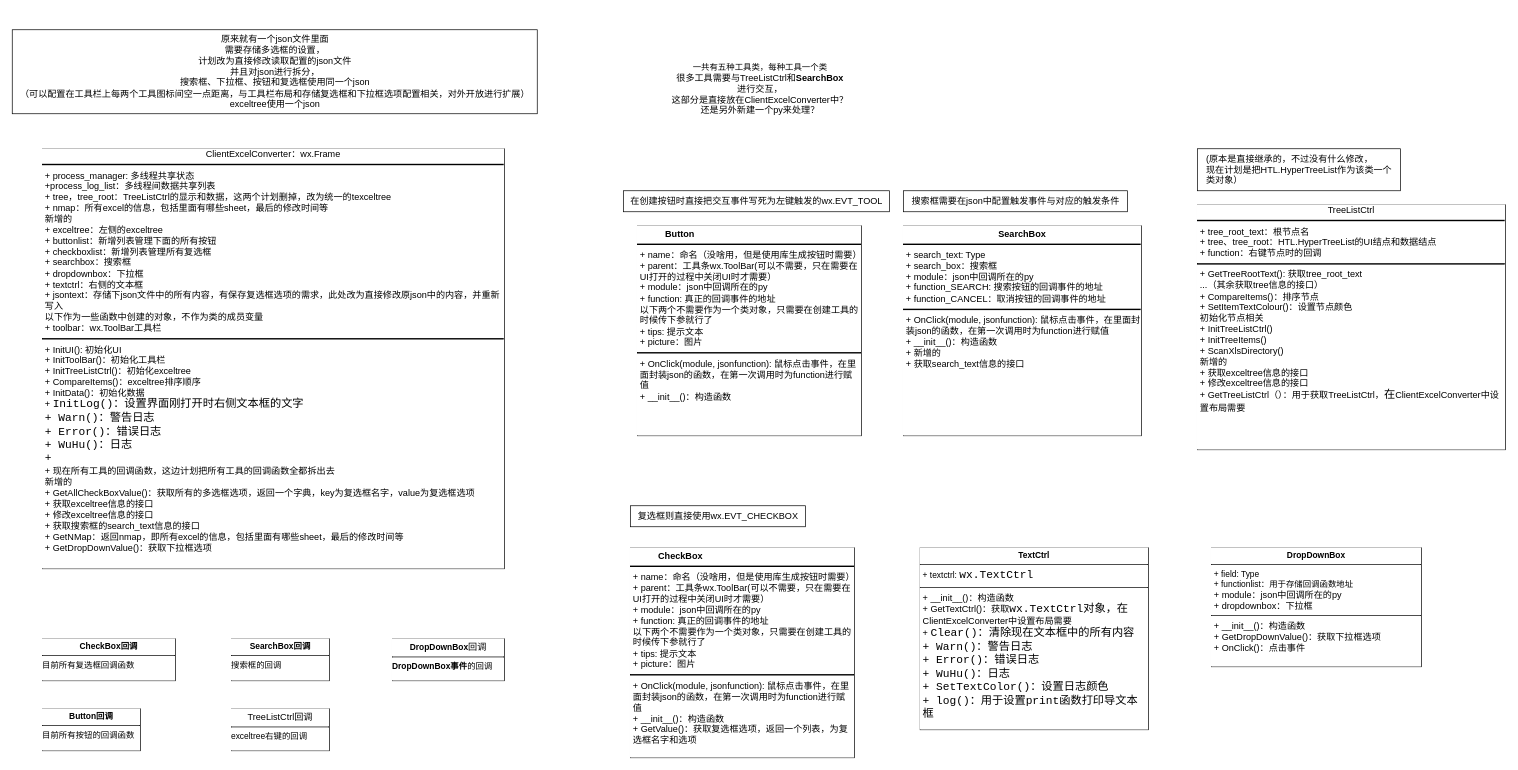
Earlier version of the draw.io diagram page "导表工具界面UIUML图" (8 of 10) of 导表工具.drawio (ling-shixi/meta). Source tidied: cells renumbered, new cells numbered last; positions are measured from the earlier drawing's top-left corner, leaving out a move shared by most shapes. Both pictures are drawn from the tidied source at 70%, with x=0, y=0 at pixel (12, 29).
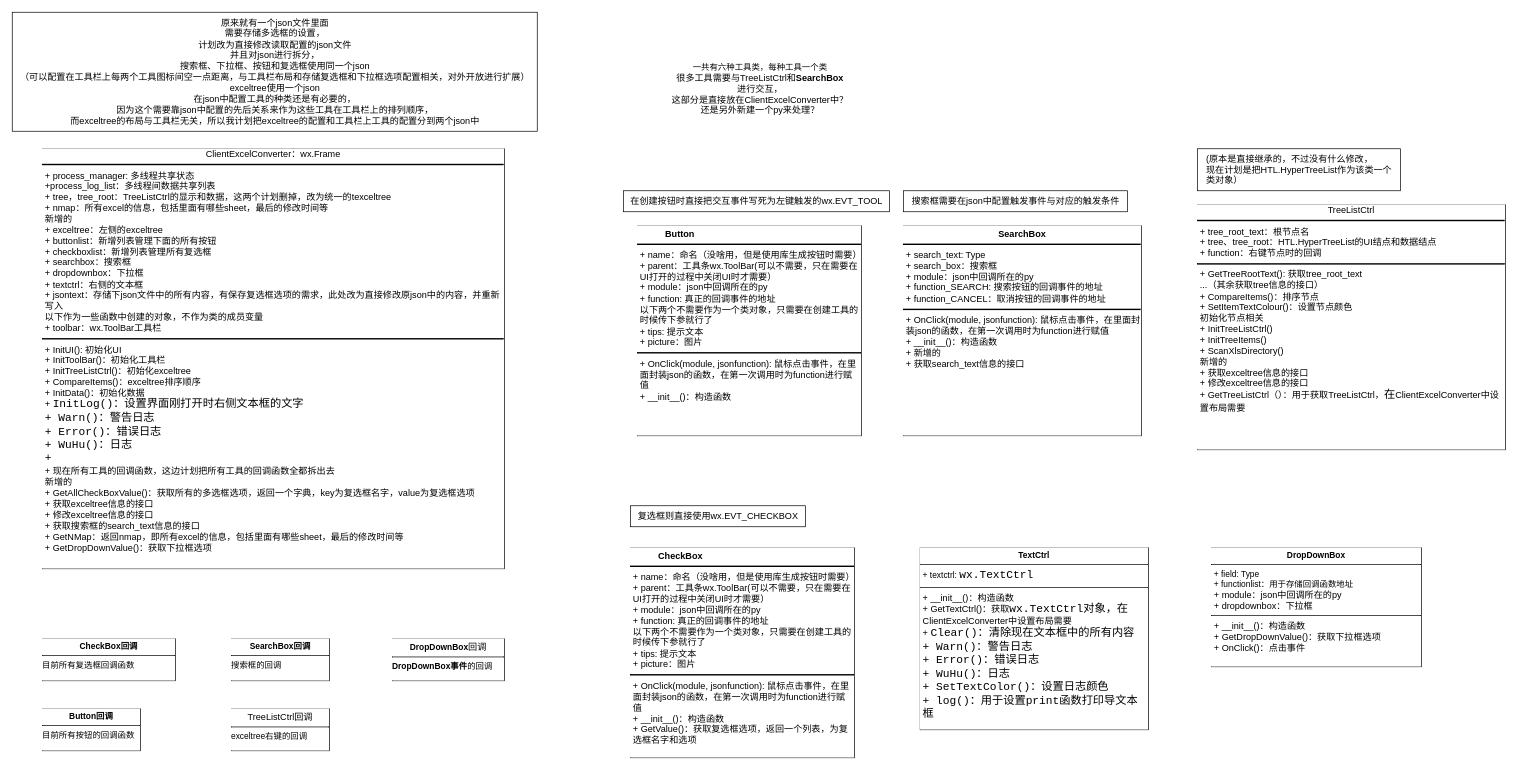
After the change.

Commit message (it also covers changes not shown here):
更新导表工具.drawio

The edit, as a diff of the source:
```diff
@@
-    <mxCell id="9" value="原来就有一个json文件里面&lt;div&gt;需要存储多选框的设置，&lt;/div&gt;&lt;div&gt;计划改为直接修改读取配置的json文件&lt;/div&gt;&lt;div&gt;并且对json进行拆分，&lt;/div&gt;&lt;div&gt;&lt;span style=&quot;&quot;&gt;搜索框、下拉框、&lt;/span&gt;按钮和复选框使用同一个json&lt;/div&gt;&lt;div&gt;（可以配置在工具栏上每两个工具图标间空一点距离，与工具栏布局和存储复选框和下拉框选项配置相关，对外开放进行扩展）&lt;/div&gt;&lt;div&gt;&lt;span style=&quot;&quot;&gt;exceltree&lt;/span&gt;&lt;span style=&quot;&quot;&gt;使用一个json&lt;/span&gt;&lt;/div&gt;" style="text;html=1;align=center;verticalAlign=middle;strokeColor=default;fillColor=none;fontColor=default;labelBackgroundColor=default;fontFamily=Helvetica;fontSize=13;" parent="1" vertex="1">
-      <mxGeometry width="750" height="120" as="geometry" />
+    <mxCell id="9" value="原来就有一个json文件里面&lt;div style=&quot;margin: 0px; padding: 0px;&quot;&gt;需要存储多选框的设置，&lt;/div&gt;&lt;div style=&quot;margin: 0px; padding: 0px;&quot;&gt;计划改为直接修改读取配置的json文件&lt;/div&gt;&lt;div style=&quot;margin: 0px; padding: 0px;&quot;&gt;并且对json进行拆分，&lt;/div&gt;&lt;div style=&quot;margin: 0px; padding: 0px;&quot;&gt;&lt;span style=&quot;margin: 0px; padding: 0px;&quot;&gt;搜索框、下拉框、&lt;/span&gt;按钮和复选框使用同一个json&lt;/div&gt;&lt;div style=&quot;margin: 0px; padding: 0px;&quot;&gt;（可以配置在工具栏上每两个工具图标间空一点距离，与工具栏布局和存储复选框和下拉框选项配置相关，对外开放进行扩展）&lt;/div&gt;&lt;div style=&quot;margin: 0px; padding: 0px;&quot;&gt;&lt;span style=&quot;margin: 0px; padding: 0px;&quot;&gt;exceltree&lt;/span&gt;&lt;span style=&quot;margin: 0px; padding: 0px;&quot;&gt;使用一个json&lt;/span&gt;&lt;/div&gt;&lt;div style=&quot;margin: 0px; padding: 0px;&quot;&gt;在json中配置工具的种类还是有必要的，&lt;/div&gt;&lt;div style=&quot;margin: 0px; padding: 0px;&quot;&gt;因为这个需要靠json中配置的先后关系来作为这些工具在工具栏上的排列顺序，&lt;/div&gt;&lt;div style=&quot;margin: 0px; padding: 0px;&quot;&gt;而exceltree的布局与工具栏无关，所以我计划把exceltree的配置和工具栏上工具的配置分到两个json中&lt;/div&gt;" style="text;html=1;align=center;verticalAlign=middle;strokeColor=default;fillColor=none;fontColor=default;labelBackgroundColor=default;fontFamily=Helvetica;fontSize=13;" parent="1" vertex="1">
+      <mxGeometry y="-25" width="750" height="170" as="geometry" />
     </mxCell>
@@
-    <mxCell id="11" value="一共有五种工具类，每种工具一个类&lt;div&gt;&lt;span style=&quot;font-size: 13px;&quot;&gt;很多工具需要&lt;/span&gt;&lt;span style=&quot;font-size: 13px; text-align: left;&quot;&gt;与&lt;/span&gt;&lt;span style=&quot;font-size: 13px; text-align: left;&quot;&gt;TreeListCtrl和&lt;b style=&quot;text-align: center; text-wrap-mode: wrap;&quot;&gt;SearchBox&lt;/b&gt;进行交互，&lt;/span&gt;&lt;div style=&quot;font-size: 13px;&quot;&gt;&lt;span style=&quot;text-align: left;&quot;&gt;这部分是直接放在&lt;/span&gt;&lt;span style=&quot;text-align: left;&quot;&gt;ClientExcelConverter中？&lt;/span&gt;&lt;/div&gt;&lt;div style=&quot;font-size: 13px;&quot;&gt;&lt;span style=&quot;text-align: left;&quot;&gt;还是另外新建一个py来处理？&lt;/span&gt;&lt;/div&gt;&lt;/div&gt;" style="text;html=1;align=center;verticalAlign=middle;strokeColor=none;fillColor=none;fontColor=default;labelBackgroundColor=default;" parent="1" vertex="1">
+    <mxCell id="11" value="一共有六种工具类，每种工具一个类&lt;div&gt;&lt;span style=&quot;font-size: 13px;&quot;&gt;很多工具需要&lt;/span&gt;&lt;span style=&quot;font-size: 13px; text-align: left;&quot;&gt;与&lt;/span&gt;&lt;span style=&quot;font-size: 13px; text-align: left;&quot;&gt;TreeListCtrl和&lt;b style=&quot;text-align: center; text-wrap-mode: wrap;&quot;&gt;SearchBox&lt;/b&gt;进行交互，&lt;/span&gt;&lt;div style=&quot;font-size: 13px;&quot;&gt;&lt;span style=&quot;text-align: left;&quot;&gt;这部分是直接放在&lt;/span&gt;&lt;span style=&quot;text-align: left;&quot;&gt;ClientExcelConverter中？&lt;/span&gt;&lt;/div&gt;&lt;div style=&quot;font-size: 13px;&quot;&gt;&lt;span style=&quot;text-align: left;&quot;&gt;还是另外新建一个py来处理？&lt;/span&gt;&lt;/div&gt;&lt;/div&gt;" style="text;html=1;align=center;verticalAlign=middle;strokeColor=none;fillColor=none;fontColor=default;labelBackgroundColor=default;" parent="1" vertex="1">
       <mxGeometry x="903" y="50" width="330" height="70" as="geometry" />
     </mxCell>
```
